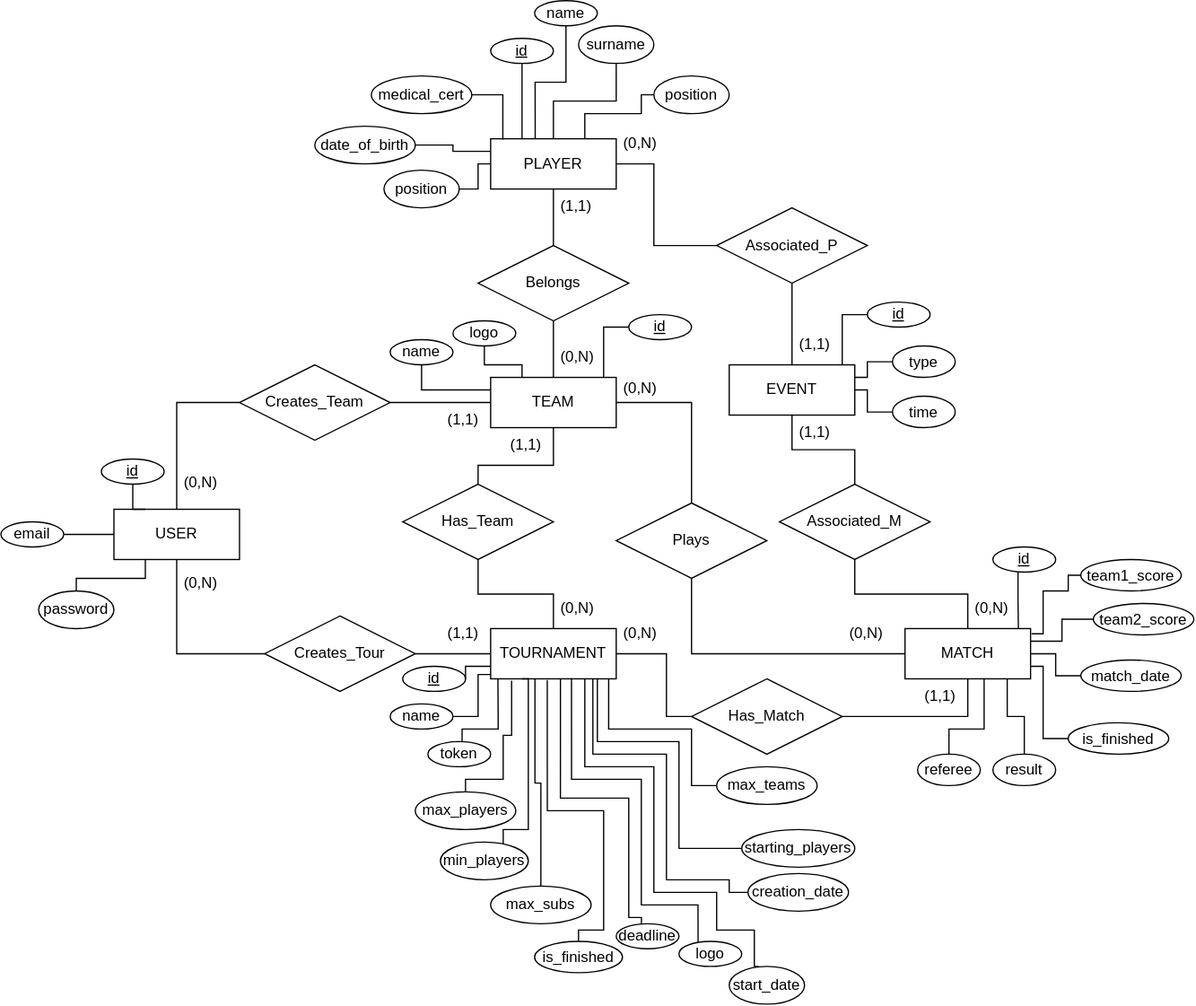
The draw.io diagram docs/diagrams/ER_diagram.svg in popovic01/AwesomeTournament, before a commit. Source tidied: cells renumbered, new cells last; positions are measured from the earlier drawing's top-left corner, leaving out a move shared by most shapes.
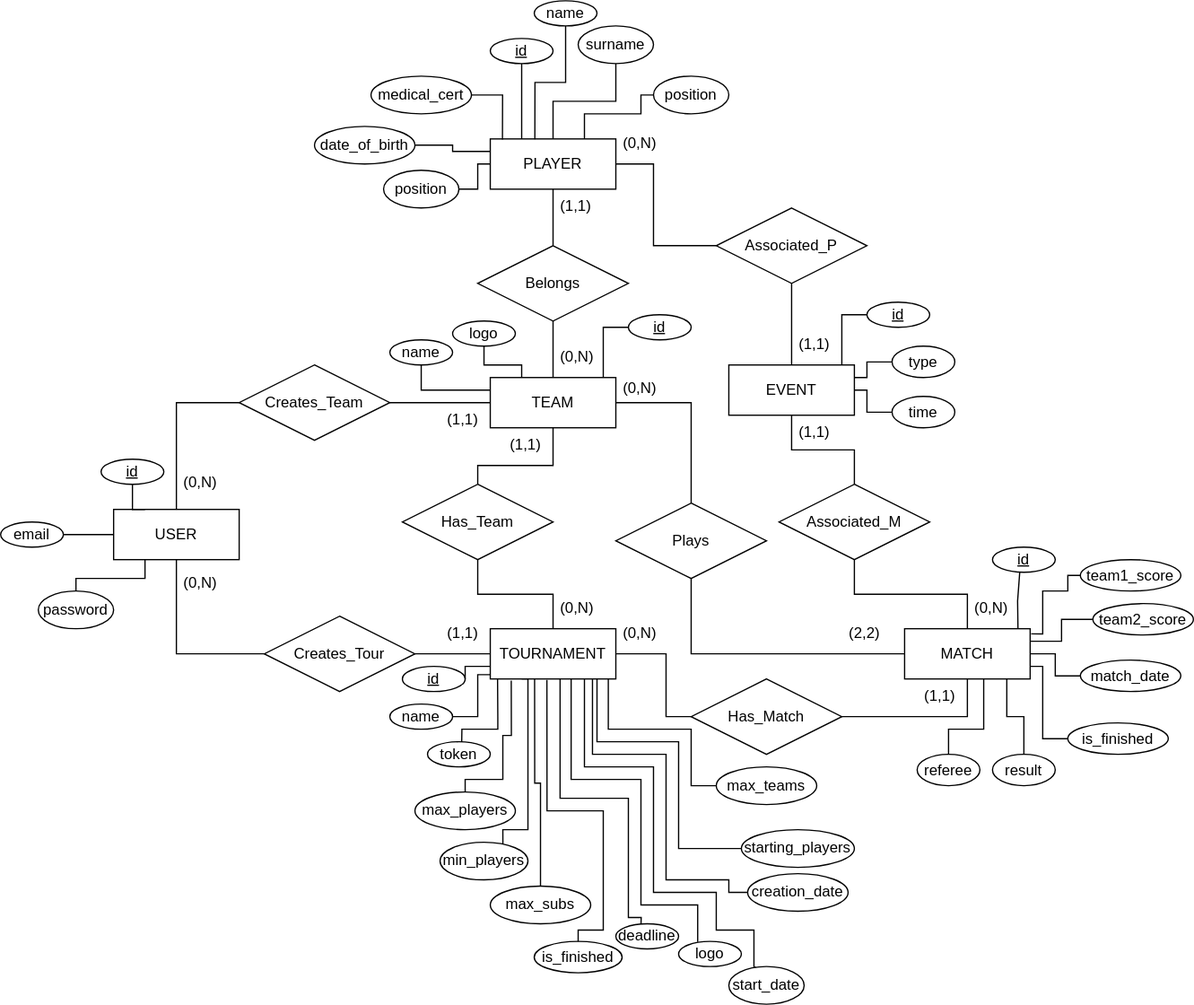
The same file after the commit.

Change to the diagram source:
```diff
@@ -156,7 +156,7 @@
     <mxCell id="46" value="(0,N)" style="text;strokeColor=none;fillColor=none;spacingLeft=4;spacingRight=4;overflow=hidden;fontSize=12;whiteSpace=wrap;html=1;" parent="1" vertex="1">
       <mxGeometry x="490" y="295" width="40" height="30" as="geometry" />
     </mxCell>
-    <mxCell id="47" value="(0,N)" style="text;strokeColor=none;fillColor=none;spacingLeft=4;spacingRight=4;overflow=hidden;fontSize=12;whiteSpace=wrap;html=1;" parent="1" vertex="1">
+    <mxCell id="47" value="(2,2)" style="text;strokeColor=none;fillColor=none;spacingLeft=4;spacingRight=4;overflow=hidden;fontSize=12;whiteSpace=wrap;html=1;" parent="1" vertex="1">
       <mxGeometry x="670" y="490" width="40" height="30" as="geometry" />
     </mxCell>
     <mxCell id="48" style="edgeStyle=orthogonalEdgeStyle;rounded=0;jettySize=auto;html=1;endArrow=none;endFill=0;entryX=0.903;entryY=0;entryDx=0;entryDy=0;entryPerimeter=0;exitX=0.436;exitY=0.937;exitDx=0;exitDy=0;exitPerimeter=0;" parent="1" edge="1" source="49" target="9">
```
